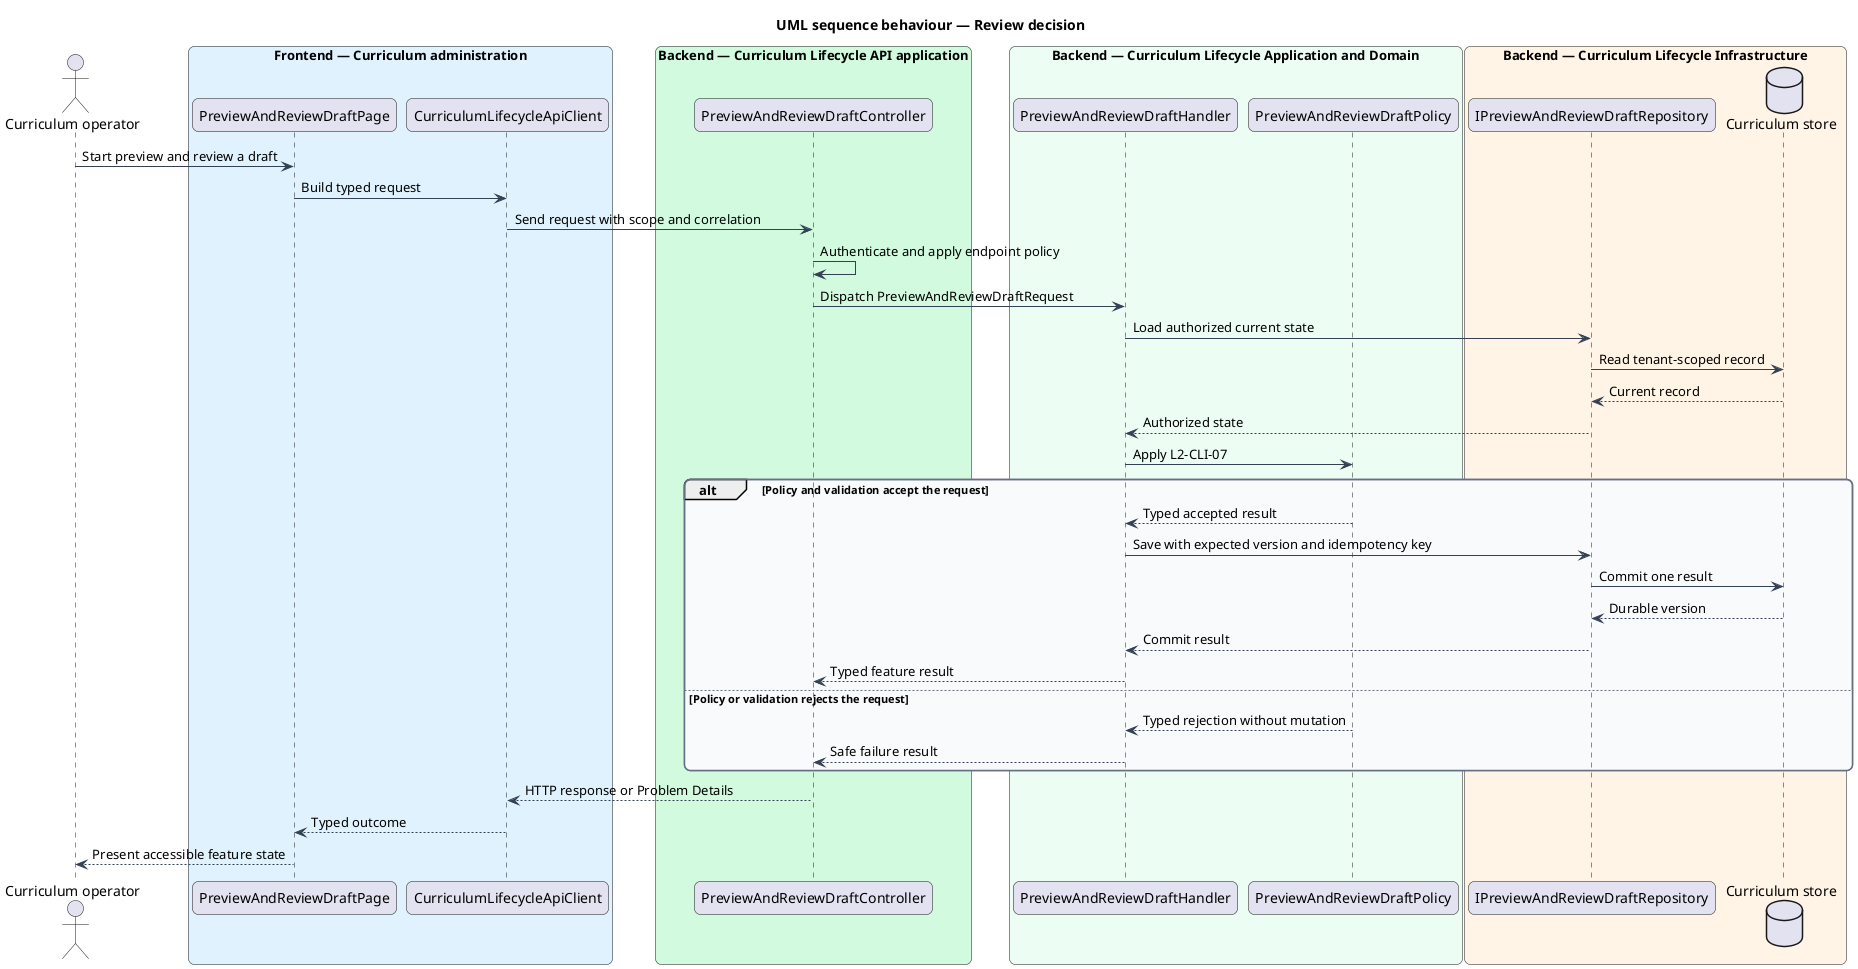
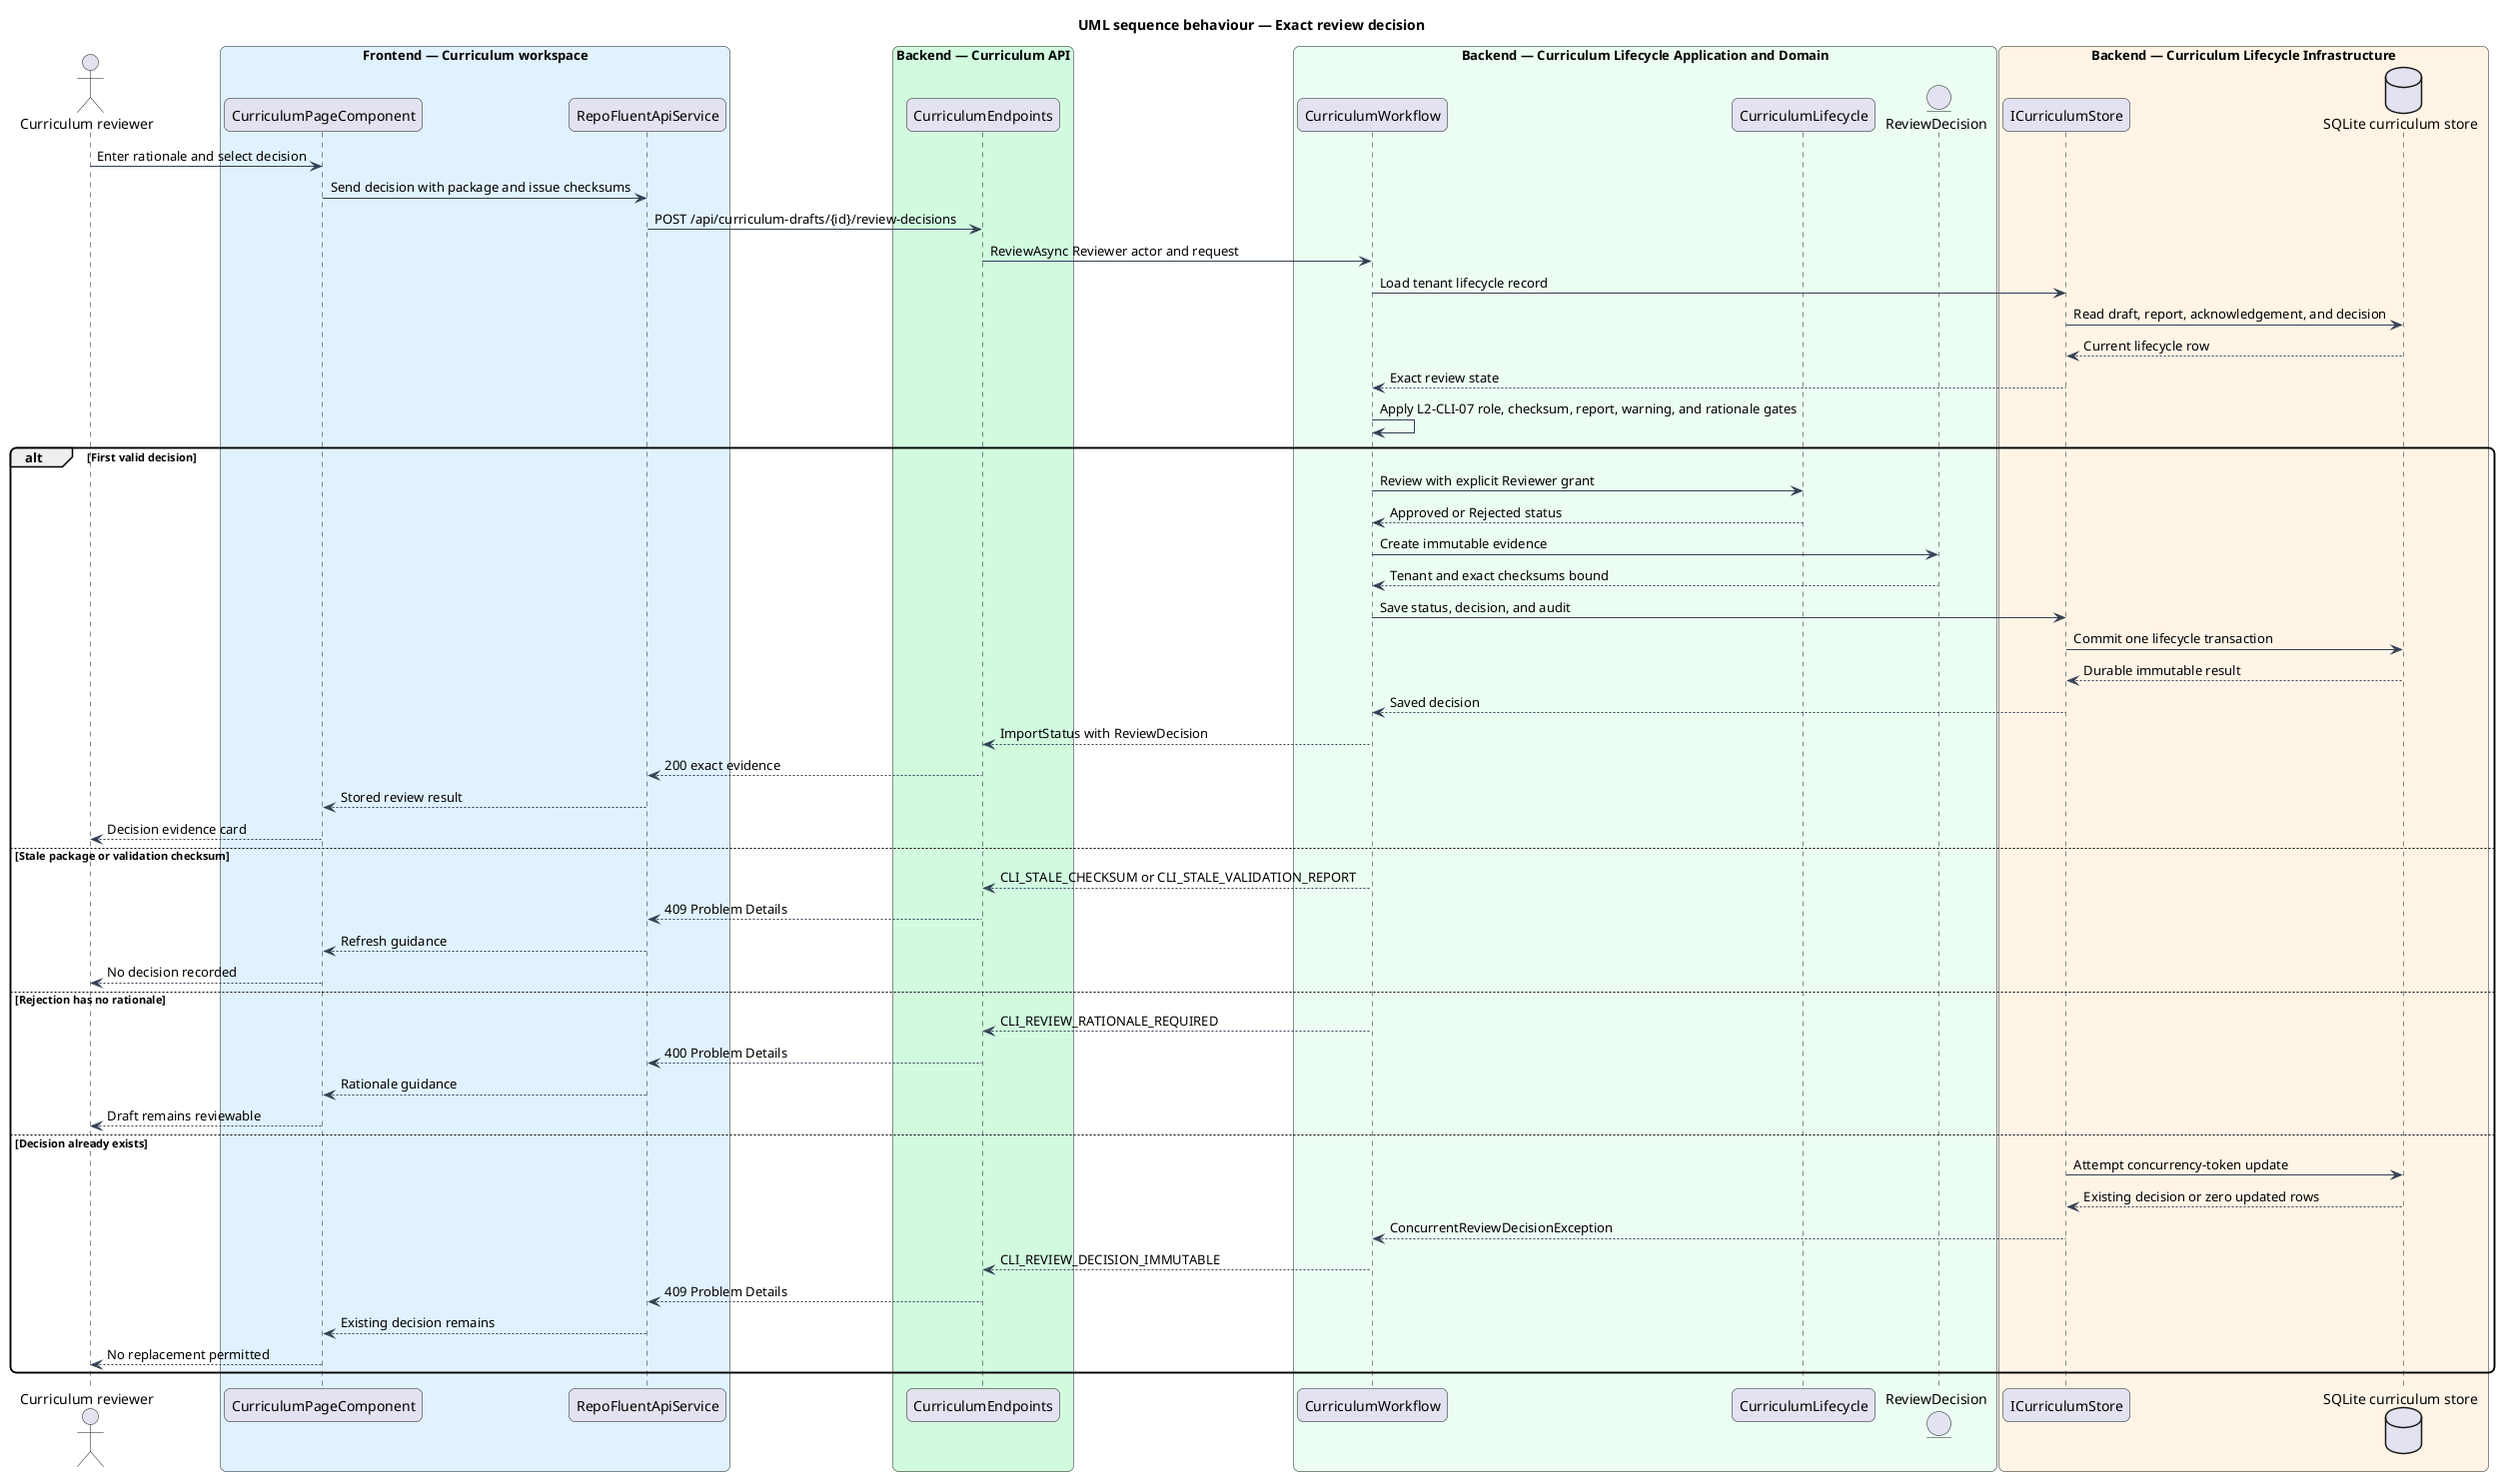
@startuml
- title UML sequence behaviour — Review decision
+ title UML sequence behaviour — Exact review decision
skinparam backgroundColor #FFFFFF
skinparam shadowing false
skinparam roundcorner 12
skinparam defaultFontName Arial
skinparam ArrowColor #344054
- skinparam rectangle {
-   BorderColor #344054
-   FontColor #101828
- }
- skinparam package {
-   BorderColor #667085
-   FontColor #101828
-   BackgroundColor #F9FAFB
- }
- actor "Curriculum operator" as actor
- box "Frontend — Curriculum administration" #E0F2FE
-   participant "PreviewAndReviewDraftPage" as entry
-   participant "CurriculumLifecycleApiClient" as client
+ actor "Curriculum reviewer" as reviewer
+ box "Frontend — Curriculum workspace" #E0F2FE
+   participant "CurriculumPageComponent" as page
+   participant "RepoFluentApiService" as client
end box
- box "Backend — Curriculum Lifecycle API application" #D1FADF
-   participant "PreviewAndReviewDraftController" as controller
+ box "Backend — Curriculum API" #D1FADF
+   participant "CurriculumEndpoints" as endpoints
end box
box "Backend — Curriculum Lifecycle Application and Domain" #ECFDF3
-   participant "PreviewAndReviewDraftHandler" as handler
-   participant "PreviewAndReviewDraftPolicy" as policy
+   participant "CurriculumWorkflow" as workflow
+   participant "CurriculumLifecycle" as lifecycle
+   entity "ReviewDecision" as decision
end box
box "Backend — Curriculum Lifecycle Infrastructure" #FFF4E5
-   participant "IPreviewAndReviewDraftRepository" as repository
-   database "Curriculum store" as store
+   participant "ICurriculumStore" as port
+   database "SQLite curriculum store" as store
end box
- actor -> entry : Start preview and review a draft
- entry -> client : Build typed request
- client -> controller : Send request with scope and correlation
- controller -> controller : Authenticate and apply endpoint policy
- controller -> handler : Dispatch PreviewAndReviewDraftRequest
- handler -> repository : Load authorized current state
- repository -> store : Read tenant-scoped record
- store --> repository : Current record
- repository --> handler : Authorized state
- handler -> policy : Apply L2-CLI-07
- alt Policy and validation accept the request
-   policy --> handler : Typed accepted result
-   handler -> repository : Save with expected version and idempotency key
-   repository -> store : Commit one result
-   store --> repository : Durable version
-   repository --> handler : Commit result
-   handler --> controller : Typed feature result
- else Policy or validation rejects the request
-   policy --> handler : Typed rejection without mutation
-   handler --> controller : Safe failure result
+ 
+ reviewer -> page : Enter rationale and select decision
+ page -> client : Send decision with package and issue checksums
+ client -> endpoints : POST /api/curriculum-drafts/{id}/review-decisions
+ endpoints -> workflow : ReviewAsync Reviewer actor and request
+ workflow -> port : Load tenant lifecycle record
+ port -> store : Read draft, report, acknowledgement, and decision
+ store --> port : Current lifecycle row
+ port --> workflow : Exact review state
+ workflow -> workflow : Apply L2-CLI-07 role, checksum, report, warning, and rationale gates
+ 
+ alt First valid decision
+   workflow -> lifecycle : Review with explicit Reviewer grant
+   lifecycle --> workflow : Approved or Rejected status
+   workflow -> decision : Create immutable evidence
+   decision --> workflow : Tenant and exact checksums bound
+   workflow -> port : Save status, decision, and audit
+   port -> store : Commit one lifecycle transaction
+   store --> port : Durable immutable result
+   port --> workflow : Saved decision
+   workflow --> endpoints : ImportStatus with ReviewDecision
+   endpoints --> client : 200 exact evidence
+   client --> page : Stored review result
+   page --> reviewer : Decision evidence card
+ else Stale package or validation checksum
+   workflow --> endpoints : CLI_STALE_CHECKSUM or CLI_STALE_VALIDATION_REPORT
+   endpoints --> client : 409 Problem Details
+   client --> page : Refresh guidance
+   page --> reviewer : No decision recorded
+ else Rejection has no rationale
+   workflow --> endpoints : CLI_REVIEW_RATIONALE_REQUIRED
+   endpoints --> client : 400 Problem Details
+   client --> page : Rationale guidance
+   page --> reviewer : Draft remains reviewable
+ else Decision already exists
+   port -> store : Attempt concurrency-token update
+   store --> port : Existing decision or zero updated rows
+   port --> workflow : ConcurrentReviewDecisionException
+   workflow --> endpoints : CLI_REVIEW_DECISION_IMMUTABLE
+   endpoints --> client : 409 Problem Details
+   client --> page : Existing decision remains
+   page --> reviewer : No replacement permitted
end
- controller --> client : HTTP response or Problem Details
- client --> entry : Typed outcome
- entry --> actor : Present accessible feature state
@enduml
